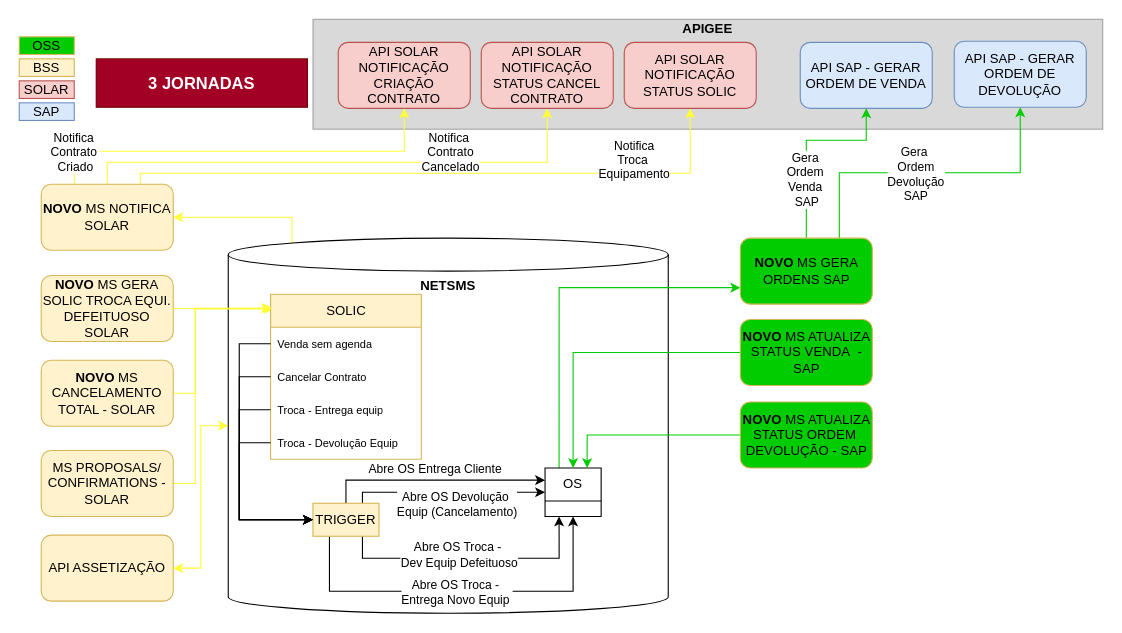
Before: page "NETsales 8a base v13.05" (16 of 17) of 103976_106614-Entrega de equipamento via meio alternativo-Correios.drawio in samirali/ClaroBrasil, a draw.io diagram. Source tidied: cells renumbered, new cells numbered last; positions are measured from the earlier drawing's top-left corner, leaving out a move shared by most shapes. Both pictures are drawn from the tidied source at 110%, with x=0, y=0 at pixel (19, 19).
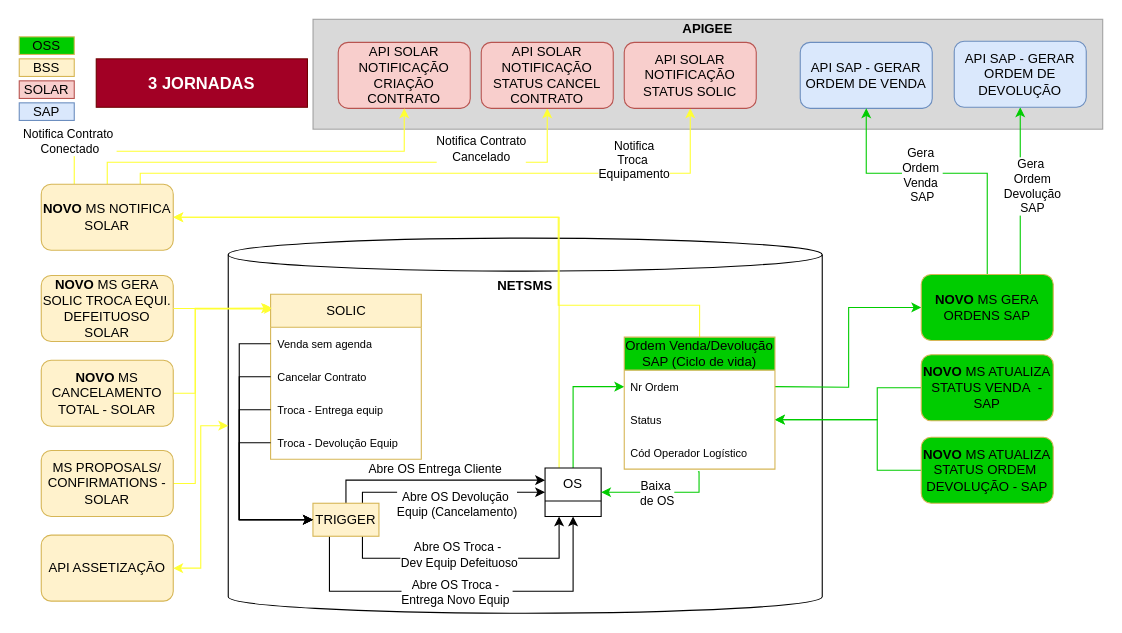
The same page after the edit.

The change refers to these unchanged cells:
```xml
<mxCell id="10" value="OS" style="swimlane;fontStyle=0;horizontal=1;startSize=30;whiteSpace=wrap;html=1;" parent="1" vertex="1">
  <mxGeometry x="478" y="408" width="51" height="44" as="geometry" />
</mxCell>
<mxCell id="22" value="API SAP - GERAR ORDEM DE VENDA" style="rounded=1;whiteSpace=wrap;html=1;fillColor=#dae8fc;strokeColor=#6c8ebf;" parent="1" vertex="1">
  <mxGeometry x="710" y="21" width="120" height="60" as="geometry" />
</mxCell>
<mxCell id="43" style="edgeStyle=orthogonalEdgeStyle;rounded=0;hachureGap=4;jettySize=auto;html=1;entryX=0.5;entryY=1;entryDx=0;entryDy=0;fontFamily=Architects Daughter;exitX=0.75;exitY=0;exitDx=0;exitDy=0;strokeColor=#00CC00;" parent="1" edge="1" source="45" target="58">
  <mxGeometry relative="1" as="geometry" />
</mxCell>
<mxCell id="48" style="edgeStyle=orthogonalEdgeStyle;rounded=0;jettySize=auto;html=1;entryX=0.5;entryY=1;entryDx=0;entryDy=0;strokeColor=#FFFF33;exitX=0.25;exitY=0;exitDx=0;exitDy=0;" parent="1" edge="1" source="54" target="25">
  <mxGeometry relative="1" as="geometry">
    <Array as="points">
      <mxPoint x="50" y="120" />
      <mxPoint x="350" y="120" />
    </Array>
  </mxGeometry>
</mxCell>
<mxCell id="50" style="edgeStyle=orthogonalEdgeStyle;rounded=0;hachureGap=4;jettySize=auto;html=1;fontFamily=Architects Daughter;entryX=0.5;entryY=1;entryDx=0;entryDy=0;exitX=0.5;exitY=0;exitDx=0;exitDy=0;exitPerimeter=0;strokeColor=#FFFF33;" parent="1" edge="1" source="54" target="57">
  <mxGeometry relative="1" as="geometry">
    <Array as="points">
      <mxPoint x="80" y="130" />
      <mxPoint x="480" y="130" />
    </Array>
  </mxGeometry>
</mxCell>
<mxCell id="54" value="&lt;b&gt;NOVO &lt;/b&gt;MS NOTIFICA SOLAR" style="rounded=1;whiteSpace=wrap;html=1;fillColor=#fff2cc;strokeColor=#d6b656;" parent="1" vertex="1">
  <mxGeometry x="20" y="150" width="120" height="60" as="geometry" />
</mxCell>
```

Diff of the diagram source:
```diff
@@
-    <mxCell id="3" style="edgeStyle=orthogonalEdgeStyle;rounded=0;jettySize=auto;html=1;entryX=1;entryY=0.5;entryDx=0;entryDy=0;exitX=0.145;exitY=0;exitDx=0;exitDy=4.35;exitPerimeter=0;strokeColor=#FFFF33;" parent="1" edge="1" source="4" target="54">
-      <mxGeometry relative="1" as="geometry">
-        <Array as="points">
-          <mxPoint x="248" y="180" />
-        </Array>
-      </mxGeometry>
-    </mxCell>
     <mxCell id="4" value="&lt;b&gt;NETSMS&lt;/b&gt;" style="shape=cylinder3;whiteSpace=wrap;html=1;boundedLbl=1;backgroundOutline=1;size=15;verticalAlign=top;" parent="1" vertex="1">
-      <mxGeometry x="190" y="199" width="400" height="341" as="geometry" />
+      <mxGeometry x="190" y="199" width="540" height="341" as="geometry" />
     </mxCell>
@@
-    <mxCell id="9" style="edgeStyle=orthogonalEdgeStyle;rounded=0;jettySize=auto;html=1;entryX=0;entryY=0.75;entryDx=0;entryDy=0;strokeColor=#00CC00;exitX=0.25;exitY=0;exitDx=0;exitDy=0;" parent="1" edge="1" source="10" target="45">
-      <mxGeometry relative="1" as="geometry" />
-    </mxCell>
+    <mxCell id="64" style="edgeStyle=orthogonalEdgeStyle;rounded=0;hachureGap=4;jettySize=auto;html=1;entryX=0;entryY=0.5;entryDx=0;entryDy=0;fontFamily=Architects Daughter;strokeColor=#00CC00;" parent="1" edge="1" source="10">
+      <mxGeometry relative="1" as="geometry">
+        <mxPoint x="550" y="334" as="targetPoint" />
+        <Array as="points">
+          <mxPoint x="504" y="334" />
+        </Array>
+      </mxGeometry>
+    </mxCell>
+    <mxCell id="65" style="edgeStyle=orthogonalEdgeStyle;rounded=0;hachureGap=4;jettySize=auto;html=1;entryX=1;entryY=0.5;entryDx=0;entryDy=0;fontFamily=Architects Daughter;strokeColor=#FFFF33;exitX=0.25;exitY=0;exitDx=0;exitDy=0;" parent="1" edge="1" source="10" target="54">
+      <mxGeometry relative="1" as="geometry">
+        <Array as="points">
+          <mxPoint x="491" y="180" />
+        </Array>
+      </mxGeometry>
+    </mxCell>
@@
-    <mxCell id="23" style="edgeStyle=orthogonalEdgeStyle;rounded=0;jettySize=auto;html=1;entryX=0.5;entryY=0;entryDx=0;entryDy=0;strokeColor=#00CC00;exitX=0;exitY=0.5;exitDx=0;exitDy=0;" parent="1" edge="1" source="24" target="10">
-      <mxGeometry relative="1" as="geometry" />
-    </mxCell>
+    <mxCell id="66" style="edgeStyle=orthogonalEdgeStyle;rounded=0;hachureGap=4;jettySize=auto;html=1;entryX=1;entryY=0.5;entryDx=0;entryDy=0;fontFamily=Architects Daughter;strokeColor=#00CC00;" parent="1" edge="1" source="24" target="74">
+      <mxGeometry relative="1" as="geometry">
+        <Array as="points">
+          <mxPoint x="780" y="335" />
+          <mxPoint x="780" y="364" />
+        </Array>
+      </mxGeometry>
+    </mxCell>
     <mxCell id="24" value="&lt;b&gt;NOVO &lt;/b&gt;MS ATUALIZA STATUS VENDA&amp;nbsp; - SAP" style="rounded=1;whiteSpace=wrap;html=1;fillColor=#00CC00;strokeColor=#d6b656;" parent="1" vertex="1">
-      <mxGeometry x="655.5" y="273" width="120" height="60" as="geometry" />
+      <mxGeometry x="820" y="305" width="120" height="60" as="geometry" />
     </mxCell>
@@
     <mxCell id="41" style="edgeStyle=orthogonalEdgeStyle;rounded=0;jettySize=auto;html=1;strokeColor=#00CC00;exitX=0.5;exitY=0;exitDx=0;exitDy=0;entryX=0.5;entryY=1;entryDx=0;entryDy=0;" parent="1" edge="1" source="45" target="22">
       <mxGeometry relative="1" as="geometry">
         <Array as="points">
-          <mxPoint x="716" y="110" />
-          <mxPoint x="770" y="110" />
+          <mxPoint x="880" y="140" />
+          <mxPoint x="770" y="140" />
         </Array>
       </mxGeometry>
     </mxCell>
     <mxCell id="42" value="Gera&amp;nbsp;&lt;div&gt;Ordem&amp;nbsp;&lt;/div&gt;&lt;div&gt;Venda&amp;nbsp;&lt;/div&gt;&lt;div&gt;SAP&lt;/div&gt;" style="edgeLabel;html=1;align=center;verticalAlign=middle;" parent="41" vertex="1">
       <mxGeometry x="-0.81" y="-9" relative="1" as="geometry">
-        <mxPoint x="-9" y="-38" as="offset" />
+        <mxPoint x="-69" y="-66" as="offset" />
       </mxGeometry>
     </mxCell>
@@
     <mxCell id="44" value="Gera&amp;nbsp;&lt;div&gt;Ordem&lt;/div&gt;&lt;div&gt;Devolução&lt;/div&gt;&lt;div&gt;SAP&lt;/div&gt;" style="edgeLabel;html=1;align=center;verticalAlign=middle;sketch=1;hachureGap=4;jiggle=2;curveFitting=1;fontFamily=Helvetica;" parent="43" vertex="1">
-      <mxGeometry x="-0.1" y="-1" relative="1" as="geometry" />
+      <mxGeometry x="-0.1" y="-1" relative="1" as="geometry">
+        <mxPoint x="9" y="-13" as="offset" />
+      </mxGeometry>
     </mxCell>
     <mxCell id="45" value="&lt;b&gt;NOVO &lt;/b&gt;MS GERA ORDENS&lt;span style=&quot;background-color: initial;&quot;&gt;&amp;nbsp;SAP&lt;/span&gt;" style="rounded=1;whiteSpace=wrap;html=1;fillColor=#00CC00;strokeColor=#d6b656;" parent="1" vertex="1">
-      <mxGeometry x="655.5" y="199" width="120" height="60" as="geometry" />
+      <mxGeometry x="820" y="232" width="120" height="60" as="geometry" />
     </mxCell>
@@
-    <mxCell id="49" value="Notifica&amp;nbsp;&lt;div&gt;Contrato&amp;nbsp;&lt;/div&gt;&lt;div&gt;Criado&lt;/div&gt;" style="edgeLabel;html=1;align=center;verticalAlign=middle;" parent="48" vertex="1">
+    <mxCell id="49" value="Notifica Contrato&amp;nbsp;&lt;div&gt;Conectado&lt;/div&gt;" style="edgeLabel;html=1;align=center;verticalAlign=middle;" parent="48" vertex="1">
       <mxGeometry x="-0.32" relative="1" as="geometry">
-        <mxPoint x="-95" as="offset" />
+        <mxPoint x="-100" y="-10" as="offset" />
       </mxGeometry>
     </mxCell>
@@
-    <mxCell id="51" value="Notifica&amp;nbsp;&lt;div&gt;Contrato&lt;/div&gt;&lt;div&gt;Cancelado&lt;/div&gt;" style="edgeLabel;html=1;align=center;verticalAlign=middle;sketch=1;hachureGap=4;jiggle=2;curveFitting=1;fontFamily=Helvetica;" parent="50" vertex="1">
+    <mxCell id="51" value="Notifica Contrato&lt;div&gt;Cancelado&lt;/div&gt;" style="edgeLabel;html=1;align=center;verticalAlign=middle;sketch=1;hachureGap=4;jiggle=2;curveFitting=1;fontFamily=Helvetica;" parent="50" vertex="1">
       <mxGeometry x="0.5" y="-1" relative="1" as="geometry">
-        <mxPoint x="-21" y="-11" as="offset" />
+        <mxPoint x="7" y="-14" as="offset" />
       </mxGeometry>
     </mxCell>
@@
-    <mxCell id="59" style="edgeStyle=orthogonalEdgeStyle;rounded=0;hachureGap=4;jettySize=auto;html=1;entryX=0.75;entryY=0;entryDx=0;entryDy=0;fontFamily=Architects Daughter;strokeColor=#00CC00;" parent="1" edge="1" source="60" target="10">
-      <mxGeometry relative="1" as="geometry" />
-    </mxCell>
+    <mxCell id="67" style="edgeStyle=orthogonalEdgeStyle;rounded=0;hachureGap=4;jettySize=auto;html=1;entryX=1;entryY=0.5;entryDx=0;entryDy=0;fontFamily=Architects Daughter;strokeColor=#00CC00;" parent="1" edge="1" source="60" target="74">
+      <mxGeometry relative="1" as="geometry">
+        <Array as="points">
+          <mxPoint x="780" y="410" />
+          <mxPoint x="780" y="364" />
+        </Array>
+      </mxGeometry>
+    </mxCell>
     <mxCell id="60" value="&lt;b&gt;NOVO &lt;/b&gt;MS ATUALIZA STATUS ORDEM&amp;nbsp; DEVOLUÇÃO - SAP" style="rounded=1;whiteSpace=wrap;html=1;fillColor=#00CC00;strokeColor=#d6b656;" parent="1" vertex="1">
-      <mxGeometry x="655.5" y="348" width="120" height="60" as="geometry" />
+      <mxGeometry x="820" y="380" width="120" height="60" as="geometry" />
     </mxCell>
@@
+    <mxCell id="68" style="edgeStyle=orthogonalEdgeStyle;rounded=0;hachureGap=4;jettySize=auto;html=1;entryX=1;entryY=0.5;entryDx=0;entryDy=0;fontFamily=Architects Daughter;exitX=0.489;exitY=1.08;exitDx=0;exitDy=0;exitPerimeter=0;strokeColor=#00CC00;" parent="1" edge="1" source="75" target="10">
+      <mxGeometry relative="1" as="geometry">
+        <Array as="points">
+          <mxPoint x="618" y="411" />
+          <mxPoint x="618" y="430" />
+        </Array>
+      </mxGeometry>
+    </mxCell>
+    <mxCell id="69" value="Baixa&amp;nbsp;&lt;div&gt;de OS&lt;/div&gt;" style="edgeLabel;html=1;align=center;verticalAlign=middle;sketch=1;hachureGap=4;jiggle=2;curveFitting=1;fontFamily=Helvetica;" parent="68" vertex="1">
+      <mxGeometry x="-0.17" y="1" relative="1" as="geometry">
+        <mxPoint x="-13" y="-1" as="offset" />
+      </mxGeometry>
+    </mxCell>
+    <mxCell id="70" style="edgeStyle=orthogonalEdgeStyle;rounded=0;hachureGap=4;jettySize=auto;html=1;entryX=1;entryY=0.5;entryDx=0;entryDy=0;fontFamily=Architects Daughter;strokeColor=#FFFF33;exitX=0.5;exitY=0;exitDx=0;exitDy=0;" parent="1" edge="1" target="54">
+      <mxGeometry relative="1" as="geometry">
+        <mxPoint x="618.5" y="289" as="sourcePoint" />
+        <Array as="points">
+          <mxPoint x="619" y="260" />
+          <mxPoint x="490" y="260" />
+          <mxPoint x="490" y="180" />
+        </Array>
+      </mxGeometry>
+    </mxCell>
+    <mxCell id="71" style="edgeStyle=orthogonalEdgeStyle;rounded=0;hachureGap=4;jettySize=auto;html=1;entryX=0;entryY=0.5;entryDx=0;entryDy=0;fontFamily=Architects Daughter;strokeColor=#00CC00;exitX=1;exitY=0.5;exitDx=0;exitDy=0;" parent="1" edge="1" target="45">
+      <mxGeometry relative="1" as="geometry">
+        <mxPoint x="687" y="334" as="sourcePoint" />
+      </mxGeometry>
+    </mxCell>
+    <mxCell id="72" value="Ordem Venda/Devolução SAP (Ciclo de vida)" style="swimlane;fontStyle=0;horizontal=1;startSize=30;whiteSpace=wrap;html=1;fillColor=#00CC00;strokeColor=#d6b656;" parent="1" vertex="1">
+      <mxGeometry x="550" y="289" width="137" height="120" as="geometry" />
+    </mxCell>
+    <mxCell id="73" value="Nr Ordem" style="text;strokeColor=none;fillColor=none;align=left;verticalAlign=middle;spacingLeft=4;spacingRight=4;overflow=hidden;whiteSpace=wrap;html=1;fontSize=10;" parent="72" vertex="1">
+      <mxGeometry y="30" width="137" height="30" as="geometry" />
+    </mxCell>
+    <mxCell id="74" value="Status" style="text;strokeColor=none;fillColor=none;align=left;verticalAlign=middle;spacingLeft=4;spacingRight=4;overflow=hidden;points=[[0,0.5],[1,0.5]];portConstraint=eastwest;whiteSpace=wrap;html=1;fontSize=10;" parent="72" vertex="1">
+      <mxGeometry y="60" width="137" height="30" as="geometry" />
+    </mxCell>
+    <mxCell id="75" value="Cód Operador Logístico" style="text;strokeColor=none;fillColor=none;align=left;verticalAlign=middle;spacingLeft=4;spacingRight=4;overflow=hidden;points=[[0,0.5],[1,0.5]];portConstraint=eastwest;whiteSpace=wrap;html=1;fontSize=10;" parent="72" vertex="1">
+      <mxGeometry y="90" width="137" height="30" as="geometry" />
+    </mxCell>
```
